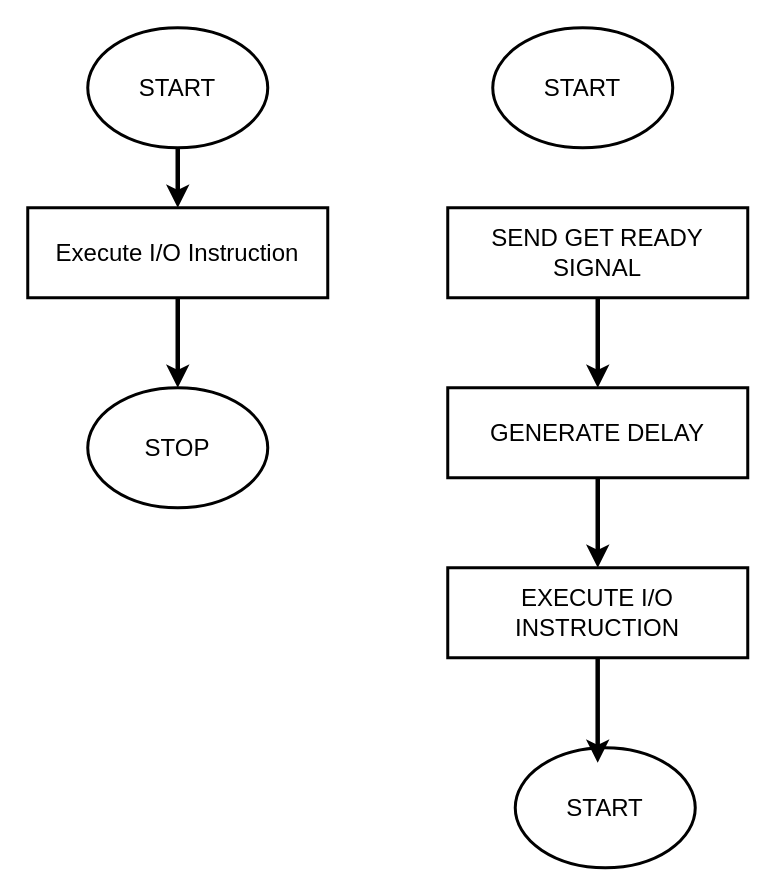
Above: Synchrounous.drawio in mzndnes/resume (draw.io), before the change. Source tidied: cells renumbered, new cells numbered last; positions are measured from the earlier drawing's top-left corner, leaving out a move shared by most shapes. Both pictures are drawn from the tidied source at 150%, with x=0, y=0 at pixel (27, 27).
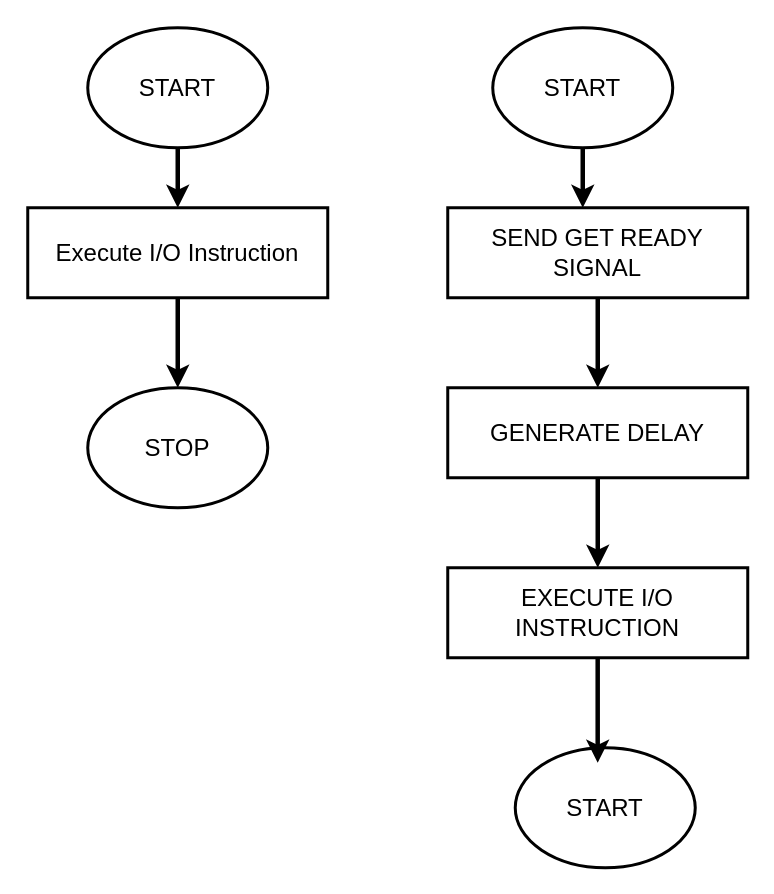
After the change.

Change to the diagram source:
```diff
@@
 <mxGraphModel>
   <root>
     <mxCell id="0" />
     <mxCell id="1" parent="0" />
     <mxCell id="2" style="edgeStyle=orthogonalEdgeStyle;rounded=0;jettySize=auto;html=1;strokeWidth=3;" parent="1" edge="1" source="3" target="5">
       <mxGeometry relative="1" as="geometry" />
     </mxCell>
     <mxCell id="3" value="START" style="ellipse;whiteSpace=wrap;html=1;strokeWidth=2;fontSize=16;" parent="1" vertex="1">
       <mxGeometry x="40" width="120" height="80" as="geometry" />
     </mxCell>
     <mxCell id="4" style="edgeStyle=orthogonalEdgeStyle;rounded=0;jettySize=auto;html=1;strokeWidth=3;" parent="1" edge="1" source="5" target="6">
       <mxGeometry relative="1" as="geometry" />
     </mxCell>
     <mxCell id="5" value="Execute I/O Instruction" style="rounded=0;whiteSpace=wrap;html=1;fontSize=16;strokeWidth=2;" parent="1" vertex="1">
       <mxGeometry y="120" width="200" height="60" as="geometry" />
     </mxCell>
     <mxCell id="6" value="STOP" style="ellipse;whiteSpace=wrap;html=1;strokeWidth=2;fontSize=16;" parent="1" vertex="1">
       <mxGeometry x="40" y="240" width="120" height="80" as="geometry" />
     </mxCell>
+    <mxCell id="15" style="edgeStyle=orthogonalEdgeStyle;rounded=0;jettySize=auto;html=1;strokeWidth=3;" parent="1" edge="1" source="7" target="9">
+      <mxGeometry relative="1" as="geometry">
+        <Array as="points">
+          <mxPoint x="370" y="110" />
+          <mxPoint x="370" y="110" />
+        </Array>
+      </mxGeometry>
+    </mxCell>
     <mxCell id="7" value="START" style="ellipse;whiteSpace=wrap;html=1;strokeWidth=2;fontSize=16;" parent="1" vertex="1">
       <mxGeometry x="310" width="120" height="80" as="geometry" />
     </mxCell>
     <mxCell id="8" style="edgeStyle=orthogonalEdgeStyle;rounded=0;jettySize=auto;html=1;entryX=0.5;entryY=0;entryDx=0;entryDy=0;strokeWidth=3;" parent="1" edge="1" source="9" target="11">
       <mxGeometry relative="1" as="geometry" />
     </mxCell>
     <mxCell id="9" value="SEND GET READY SIGNAL" style="rounded=0;whiteSpace=wrap;html=1;fontSize=16;strokeWidth=2;" parent="1" vertex="1">
       <mxGeometry x="280" y="120" width="200" height="60" as="geometry" />
     </mxCell>
     <mxCell id="10" style="edgeStyle=orthogonalEdgeStyle;rounded=0;jettySize=auto;html=1;strokeWidth=3;" parent="1" edge="1" source="11" target="12">
       <mxGeometry relative="1" as="geometry" />
     </mxCell>
     <mxCell id="11" value="GENERATE DELAY" style="rounded=0;whiteSpace=wrap;html=1;fontSize=16;strokeWidth=2;" parent="1" vertex="1">
       <mxGeometry x="280" y="240" width="200" height="60" as="geometry" />
     </mxCell>
     <mxCell id="12" value="EXECUTE I/O INSTRUCTION" style="rounded=0;whiteSpace=wrap;html=1;fontSize=16;strokeWidth=2;" parent="1" vertex="1">
       <mxGeometry x="280" y="360" width="200" height="60" as="geometry" />
     </mxCell>
     <mxCell id="13" value="START" style="ellipse;whiteSpace=wrap;html=1;strokeWidth=2;fontSize=16;" parent="1" vertex="1">
       <mxGeometry x="325" y="480" width="120" height="80" as="geometry" />
     </mxCell>
     <mxCell id="14" style="edgeStyle=orthogonalEdgeStyle;rounded=0;jettySize=auto;html=1;entryX=0.458;entryY=0.125;entryDx=0;entryDy=0;entryPerimeter=0;strokeWidth=3;" parent="1" edge="1" source="12" target="13">
       <mxGeometry relative="1" as="geometry" />
     </mxCell>
   </root>
 </mxGraphModel>
```
